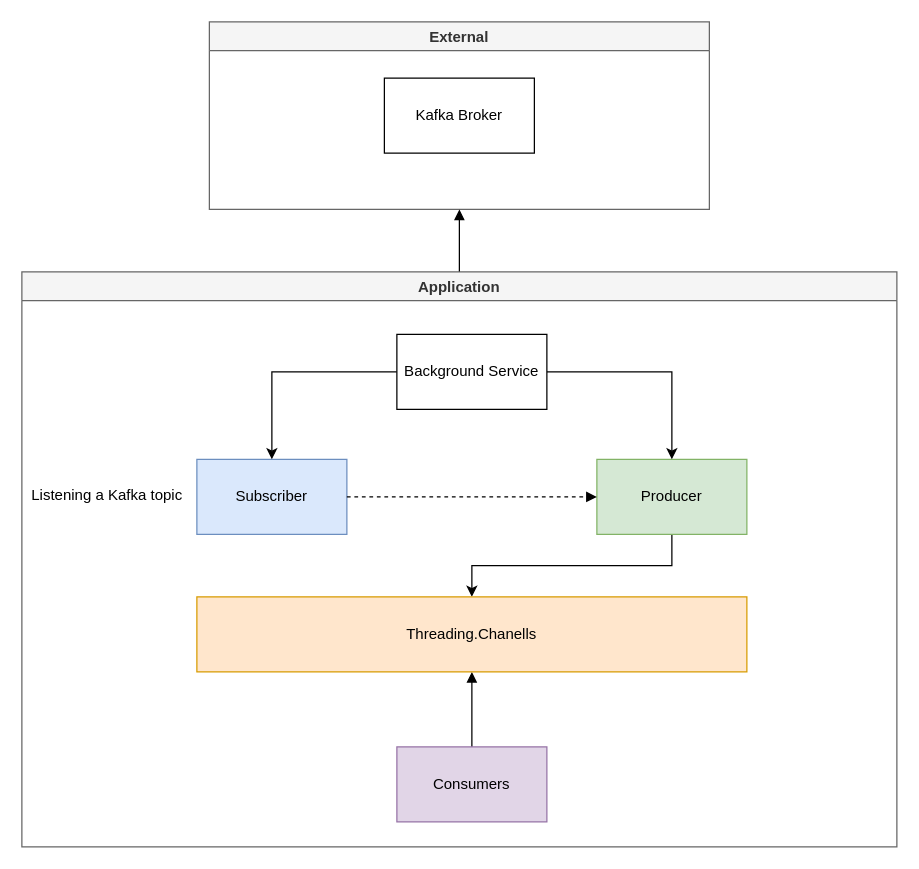
Before: Docs/Kafka Subscriber.drawio in ericserafim/Kafka.Threading.Channels, a draw.io diagram. Source tidied: cells renumbered, new cells numbered last; positions are measured from the earlier drawing's top-left corner, leaving out a move shared by most shapes. Both pictures are drawn from the tidied source at 125%, with x=0, y=0 at pixel (21, 21).
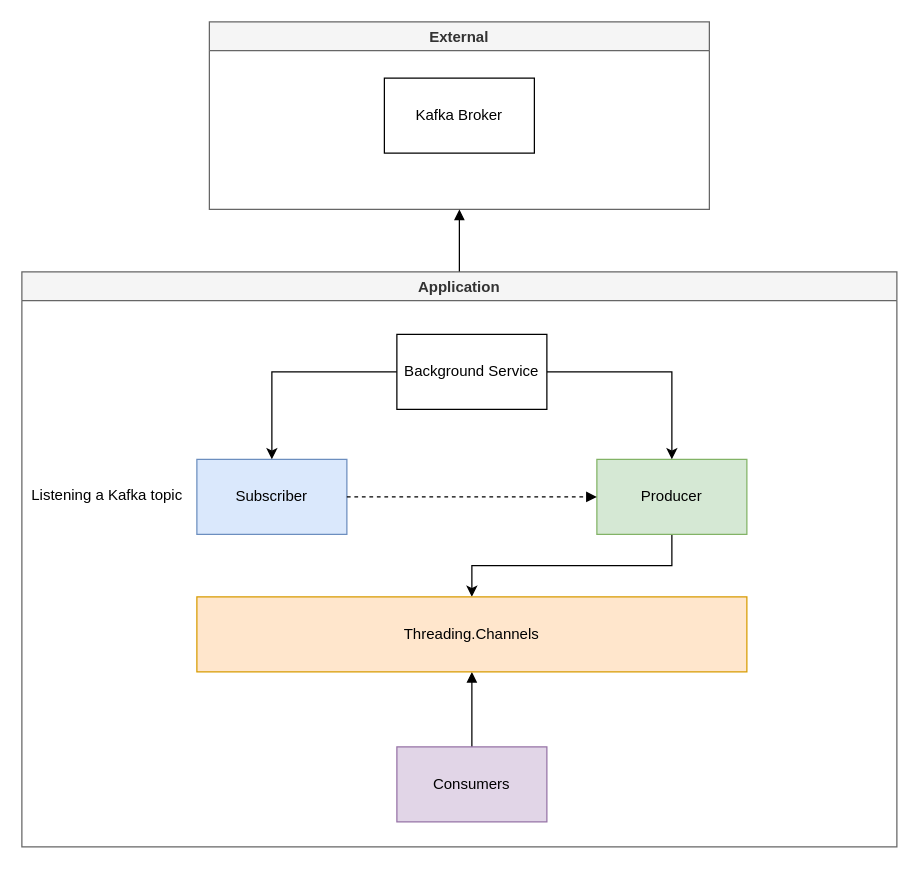
The same page after the edit.

What changed in the source:
```diff
@@
 <mxGraphModel background="#ffffff">
   <root>
     <mxCell id="0" />
     <mxCell id="1" parent="0" />
     <mxCell id="2" value="External" style="swimlane;fillColor=#f5f5f5;strokeColor=#666666;fontColor=#333333;" parent="1" vertex="1">
       <mxGeometry x="150" width="400" height="150" as="geometry" />
     </mxCell>
     <mxCell id="3" value="Kafka Broker" style="rounded=0;whiteSpace=wrap;html=1;" parent="2" vertex="1">
       <mxGeometry x="140" y="45" width="120" height="60" as="geometry" />
     </mxCell>
     <mxCell id="4" style="edgeStyle=orthogonalEdgeStyle;rounded=0;jettySize=auto;html=1;endArrow=block;endFill=1;entryX=0.5;entryY=1;entryDx=0;entryDy=0;" parent="1" edge="1" source="5" target="2">
       <mxGeometry relative="1" as="geometry" />
     </mxCell>
     <mxCell id="5" value="Application" style="swimlane;fillColor=#f5f5f5;strokeColor=#666666;fontColor=#333333;" parent="1" vertex="1">
       <mxGeometry y="200" width="700" height="460" as="geometry" />
     </mxCell>
     <mxCell id="6" value="Subscriber" style="rounded=0;whiteSpace=wrap;html=1;fillColor=#dae8fc;strokeColor=#6c8ebf;" parent="5" vertex="1">
       <mxGeometry x="140" y="150" width="120" height="60" as="geometry" />
     </mxCell>
     <mxCell id="7" style="edgeStyle=orthogonalEdgeStyle;rounded=0;jettySize=auto;html=1;entryX=0.5;entryY=0;entryDx=0;entryDy=0;" parent="5" edge="1" source="8" target="14">
       <mxGeometry relative="1" as="geometry" />
     </mxCell>
     <mxCell id="8" value="Producer" style="rounded=0;whiteSpace=wrap;html=1;fillColor=#d5e8d4;strokeColor=#82b366;" parent="5" vertex="1">
       <mxGeometry x="460" y="150" width="120" height="60" as="geometry" />
     </mxCell>
     <mxCell id="9" style="edgeStyle=orthogonalEdgeStyle;rounded=0;jettySize=auto;html=1;entryX=0.5;entryY=1;entryDx=0;entryDy=0;endArrow=block;endFill=1;" parent="5" edge="1" source="10" target="14">
       <mxGeometry relative="1" as="geometry" />
     </mxCell>
     <mxCell id="10" value="Consumers" style="rounded=0;whiteSpace=wrap;html=1;fillColor=#e1d5e7;strokeColor=#9673a6;" parent="5" vertex="1">
       <mxGeometry x="300" y="380" width="120" height="60" as="geometry" />
     </mxCell>
     <mxCell id="11" style="edgeStyle=orthogonalEdgeStyle;rounded=0;jettySize=auto;html=1;entryX=0.5;entryY=0;entryDx=0;entryDy=0;" parent="5" edge="1" source="13" target="6">
       <mxGeometry relative="1" as="geometry" />
     </mxCell>
     <mxCell id="12" style="edgeStyle=orthogonalEdgeStyle;rounded=0;jettySize=auto;html=1;entryX=0.5;entryY=0;entryDx=0;entryDy=0;" parent="5" edge="1" source="13" target="8">
       <mxGeometry relative="1" as="geometry" />
     </mxCell>
     <mxCell id="13" value="Background Service" style="rounded=0;whiteSpace=wrap;html=1;" parent="5" vertex="1">
       <mxGeometry x="300" y="50" width="120" height="60" as="geometry" />
     </mxCell>
-    <mxCell id="14" value="Threading.Chanells" style="rounded=0;whiteSpace=wrap;html=1;fillColor=#ffe6cc;strokeColor=#d79b00;" parent="5" vertex="1">
+    <mxCell id="14" value="Threading.Channels" style="rounded=0;whiteSpace=wrap;html=1;fillColor=#ffe6cc;strokeColor=#d79b00;" parent="5" vertex="1">
       <mxGeometry x="140" y="260" width="440" height="60" as="geometry" />
     </mxCell>
     <mxCell id="15" style="endArrow=block;dashed=1;html=1;entryX=0;entryY=0.5;entryDx=0;entryDy=0;exitX=1;exitY=0.5;exitDx=0;exitDy=0;endFill=1;" parent="5" edge="1" source="6" target="8">
       <mxGeometry relative="1" as="geometry" />
     </mxCell>
     <mxCell id="16" value="&lt;h1&gt;&lt;span style=&quot;font-size: 12px ; font-weight: 400&quot;&gt;Listening a Kafka topic&lt;/span&gt;&lt;/h1&gt;" style="text;html=1;strokeColor=none;fillColor=none;spacing=5;spacingTop=-20;whiteSpace=wrap;overflow=hidden;rounded=0;" parent="5" vertex="1">
       <mxGeometry x="3" y="155" width="150" height="50" as="geometry" />
     </mxCell>
   </root>
 </mxGraphModel>
```
